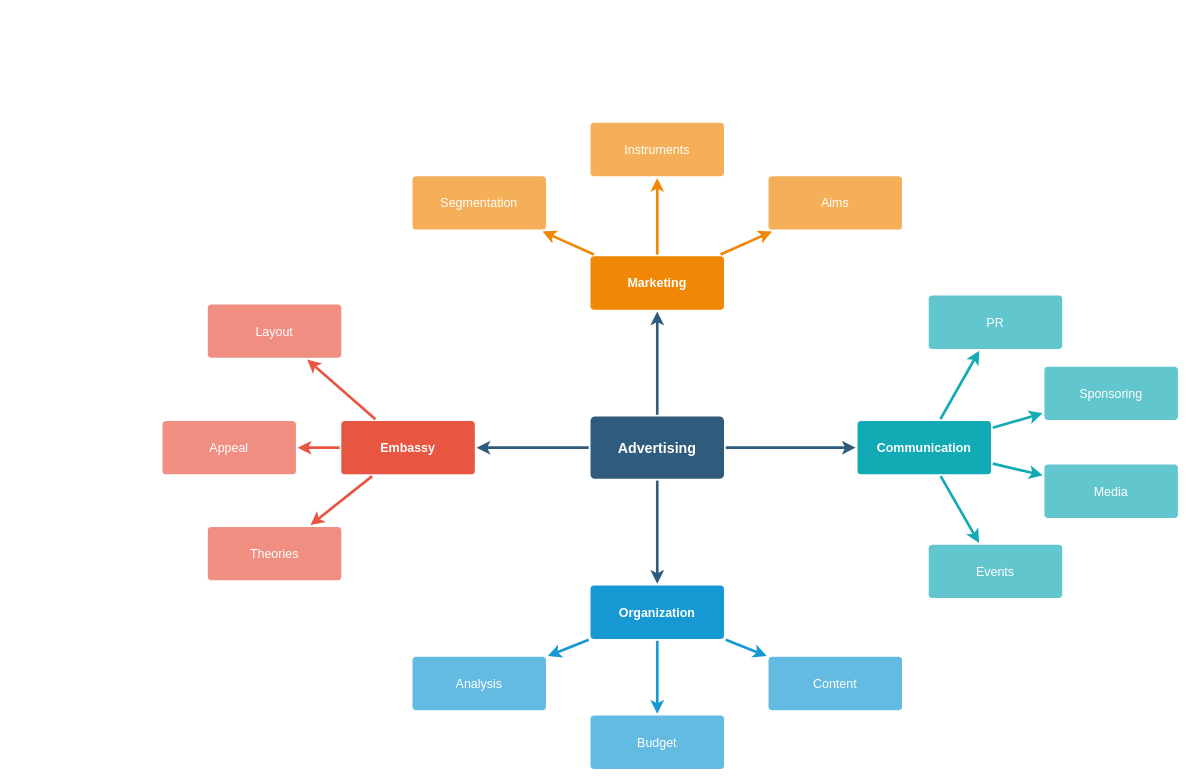
Above: Untitled Diagram.drawio in fellower/docs (draw.io), before the change. Source tidied: cells renumbered, new cells numbered last; positions are measured from the earlier drawing's top-left corner, leaving out a move shared by most shapes. Both pictures are drawn from the tidied source at 89%, with x=0, y=0 at pixel (162, 122).
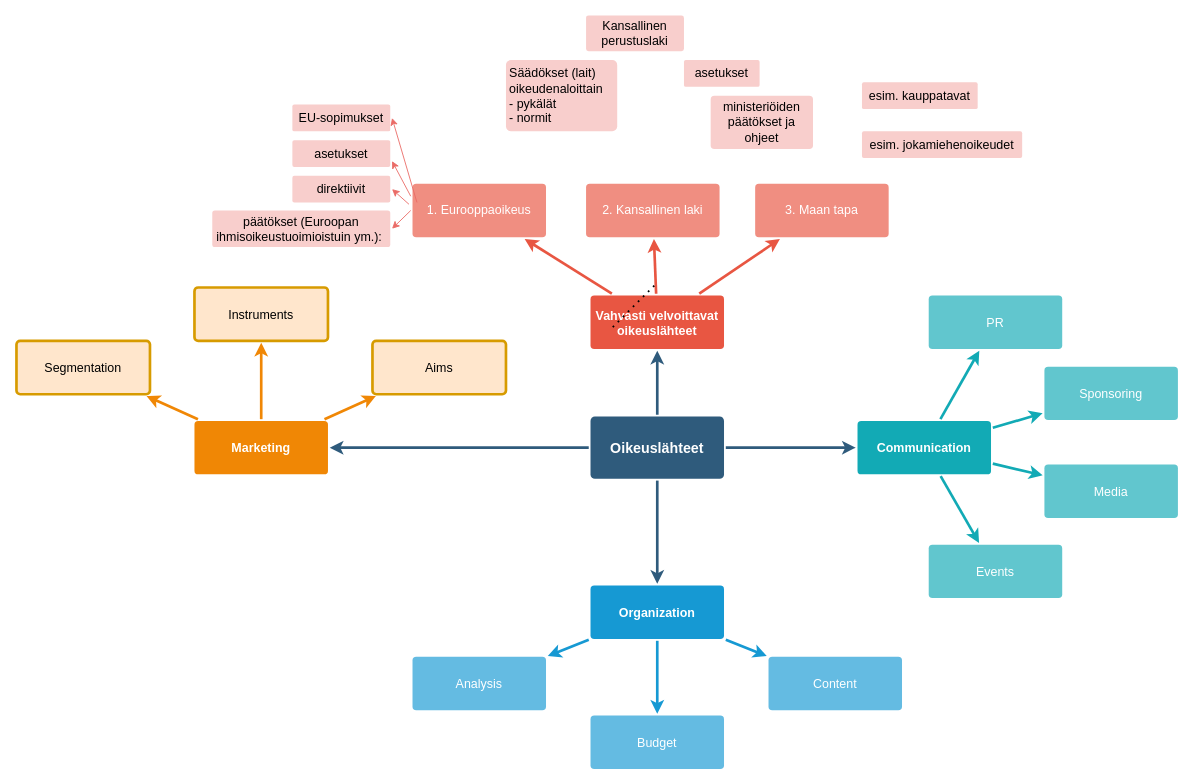
The same page after the edit.

Diff of the diagram source:
```diff
@@
-    <mxCell id="2" style="edgeStyle=none;rounded=0;jumpStyle=none;html=1;shadow=0;labelBackgroundColor=none;startArrow=none;startFill=0;endArrow=classic;endFill=1;jettySize=auto;strokeColor=#2F5B7C;strokeWidth=3;fontFamily=Helvetica;fontSize=16;fontColor=#23445D;spacing=5;" parent="1" edge="1" source="6" target="21">
+    <mxCell id="2" style="edgeStyle=none;rounded=0;jumpStyle=none;html=1;shadow=0;labelBackgroundColor=none;startArrow=none;startFill=0;endArrow=classic;endFill=1;jettySize=auto;strokeColor=#2F5B7C;strokeWidth=3;fontFamily=Helvetica;fontSize=16;fontColor=#23445D;spacing=5;entryX=1;entryY=0.5;entryDx=0;entryDy=0;" parent="1" edge="1" source="6" target="21">
       <mxGeometry relative="1" as="geometry" />
     </mxCell>
@@
-    <mxCell id="6" value="Advertising" style="rounded=1;whiteSpace=wrap;html=1;shadow=0;labelBackgroundColor=none;strokeColor=none;strokeWidth=3;fillColor=#2F5B7C;fontFamily=Helvetica;fontSize=16;fontColor=#FFFFFF;align=center;fontStyle=1;spacing=5;arcSize=7;perimeterSpacing=2;" parent="1" vertex="1">
+    <mxCell id="6" value="Oikeuslähteet" style="rounded=1;whiteSpace=wrap;html=1;shadow=0;labelBackgroundColor=none;strokeColor=none;strokeWidth=3;fillColor=#2F5B7C;fontFamily=Helvetica;fontSize=16;fontColor=#FFFFFF;align=center;fontStyle=1;spacing=5;arcSize=7;perimeterSpacing=2;" parent="1" vertex="1">
       <mxGeometry x="481" y="330.5" width="150" height="70" as="geometry" />
     </mxCell>
@@
-    <mxCell id="10" value="Embassy" style="rounded=1;whiteSpace=wrap;html=1;shadow=0;labelBackgroundColor=none;strokeColor=none;strokeWidth=3;fillColor=#e85642;fontFamily=Helvetica;fontSize=14;fontColor=#FFFFFF;align=center;spacing=5;fontStyle=1;arcSize=7;perimeterSpacing=2;" parent="1" vertex="1">
-      <mxGeometry x="201" y="335.5" width="150" height="60" as="geometry" />
+    <mxCell id="10" value="Vahvasti velvoittavat oikeuslähteet" style="rounded=1;whiteSpace=wrap;html=1;shadow=0;labelBackgroundColor=none;strokeColor=none;strokeWidth=3;fillColor=#e85642;fontFamily=Helvetica;fontSize=14;fontColor=#FFFFFF;align=center;spacing=5;fontStyle=1;arcSize=7;perimeterSpacing=2;" parent="1" vertex="1">
+      <mxGeometry x="481" y="194.5" width="150" height="60" as="geometry" />
     </mxCell>
-    <mxCell id="11" value="Theories" style="rounded=1;whiteSpace=wrap;html=1;shadow=0;labelBackgroundColor=none;strokeColor=none;strokeWidth=3;fillColor=#f08e81;fontFamily=Helvetica;fontSize=14;fontColor=#FFFFFF;align=center;spacing=5;fontStyle=0;arcSize=7;perimeterSpacing=2;" parent="1" vertex="1">
-      <mxGeometry x="51" y="454.5" width="150" height="60" as="geometry" />
+    <mxCell id="11" value="1. Eurooppaoikeus" style="rounded=1;whiteSpace=wrap;html=1;shadow=0;labelBackgroundColor=none;strokeColor=none;strokeWidth=3;fillColor=#f08e81;fontFamily=Helvetica;fontSize=14;fontColor=#FFFFFF;align=center;spacing=5;fontStyle=0;arcSize=7;perimeterSpacing=2;" parent="1" vertex="1">
+      <mxGeometry x="281" y="69" width="150" height="60" as="geometry" />
     </mxCell>
-    <mxCell id="12" value="Appeal" style="rounded=1;whiteSpace=wrap;html=1;shadow=0;labelBackgroundColor=none;strokeColor=none;strokeWidth=3;fillColor=#f08e81;fontFamily=Helvetica;fontSize=14;fontColor=#FFFFFF;align=center;spacing=5;fontStyle=0;arcSize=7;perimeterSpacing=2;" parent="1" vertex="1">
-      <mxGeometry y="335.5" width="150" height="60" as="geometry" />
+    <mxCell id="12" value="2. Kansallinen laki" style="rounded=1;whiteSpace=wrap;html=1;shadow=0;labelBackgroundColor=none;strokeColor=none;strokeWidth=3;fillColor=#f08e81;fontFamily=Helvetica;fontSize=14;fontColor=#FFFFFF;align=center;spacing=5;fontStyle=0;arcSize=7;perimeterSpacing=2;" parent="1" vertex="1">
+      <mxGeometry x="476" y="69" width="150" height="60" as="geometry" />
     </mxCell>
-    <mxCell id="13" value="Layout" style="rounded=1;whiteSpace=wrap;html=1;shadow=0;labelBackgroundColor=none;strokeColor=none;strokeWidth=3;fillColor=#f08e81;fontFamily=Helvetica;fontSize=14;fontColor=#FFFFFF;align=center;spacing=5;fontStyle=0;arcSize=7;perimeterSpacing=2;" parent="1" vertex="1">
-      <mxGeometry x="51" y="204.5" width="150" height="60" as="geometry" />
+    <mxCell id="13" value="3. Maan tapa" style="rounded=1;whiteSpace=wrap;html=1;shadow=0;labelBackgroundColor=none;strokeColor=none;strokeWidth=3;fillColor=#f08e81;fontFamily=Helvetica;fontSize=14;fontColor=#FFFFFF;align=center;spacing=5;fontStyle=0;arcSize=7;perimeterSpacing=2;" parent="1" vertex="1">
+      <mxGeometry x="666" y="69" width="150" height="60" as="geometry" />
     </mxCell>
@@
     <mxCell id="21" value="Marketing" style="rounded=1;whiteSpace=wrap;html=1;shadow=0;labelBackgroundColor=none;strokeColor=none;strokeWidth=3;fillColor=#F08705;fontFamily=Helvetica;fontSize=14;fontColor=#FFFFFF;align=center;spacing=5;fontStyle=1;arcSize=7;perimeterSpacing=2;" parent="1" vertex="1">
-      <mxGeometry x="481" y="150.5" width="150" height="60" as="geometry" />
+      <mxGeometry x="36" y="335.5" width="150" height="60" as="geometry" />
     </mxCell>
-    <mxCell id="22" value="Aims&lt;br&gt;" style="rounded=1;whiteSpace=wrap;html=1;shadow=0;labelBackgroundColor=none;strokeColor=none;strokeWidth=3;fillColor=#f5af58;fontFamily=Helvetica;fontSize=14;fontColor=#FFFFFF;align=center;spacing=5;arcSize=7;perimeterSpacing=2;" parent="1" vertex="1">
-      <mxGeometry x="681" y="60.5" width="150" height="60" as="geometry" />
+    <mxCell id="22" value="Aims&lt;br&gt;" style="rounded=1;whiteSpace=wrap;html=1;shadow=0;labelBackgroundColor=none;strokeColor=#d79b00;strokeWidth=3;fillColor=#ffe6cc;fontFamily=Helvetica;fontSize=14;align=center;spacing=5;arcSize=7;perimeterSpacing=2;" parent="1" vertex="1">
+      <mxGeometry x="236" y="245.5" width="150" height="60" as="geometry" />
     </mxCell>
@@
-    <mxCell id="24" value="Instruments" style="rounded=1;whiteSpace=wrap;html=1;shadow=0;labelBackgroundColor=none;strokeColor=none;strokeWidth=3;fillColor=#f5af58;fontFamily=Helvetica;fontSize=14;fontColor=#FFFFFF;align=center;spacing=5;arcSize=7;perimeterSpacing=2;" parent="1" vertex="1">
-      <mxGeometry x="481" y="0.5" width="150" height="60" as="geometry" />
+    <mxCell id="24" value="Instruments" style="rounded=1;whiteSpace=wrap;html=1;shadow=0;labelBackgroundColor=none;strokeColor=#d79b00;strokeWidth=3;fillColor=#ffe6cc;fontFamily=Helvetica;fontSize=14;align=center;spacing=5;arcSize=7;perimeterSpacing=2;" parent="1" vertex="1">
+      <mxGeometry x="36" y="185.5" width="150" height="60" as="geometry" />
     </mxCell>
@@
-    <mxCell id="26" value="Segmentation" style="rounded=1;whiteSpace=wrap;html=1;shadow=0;labelBackgroundColor=none;strokeColor=none;strokeWidth=3;fillColor=#f5af58;fontFamily=Helvetica;fontSize=14;fontColor=#FFFFFF;align=center;spacing=5;arcSize=7;perimeterSpacing=2;" parent="1" vertex="1">
-      <mxGeometry x="281" y="60.5" width="150" height="60" as="geometry" />
+    <mxCell id="26" value="Segmentation" style="rounded=1;whiteSpace=wrap;html=1;shadow=0;labelBackgroundColor=none;strokeColor=#d79b00;strokeWidth=3;fillColor=#ffe6cc;fontFamily=Helvetica;fontSize=14;align=center;spacing=5;arcSize=7;perimeterSpacing=2;" parent="1" vertex="1">
+      <mxGeometry x="-164" y="245.5" width="150" height="60" as="geometry" />
     </mxCell>
@@
+    <mxCell id="37" value="EU-sopimukset" style="rounded=1;whiteSpace=wrap;html=1;shadow=0;labelBackgroundColor=none;strokeColor=none;strokeWidth=3;fontFamily=Helvetica;fontSize=14;align=center;spacing=5;fontStyle=0;arcSize=7;perimeterSpacing=2;fillColor=#F8CECC;" parent="1" vertex="1">
+      <mxGeometry x="146" y="-20" width="110" height="30" as="geometry" />
+    </mxCell>
+    <mxCell id="38" value="asetukset" style="rounded=1;whiteSpace=wrap;html=1;shadow=0;labelBackgroundColor=none;strokeColor=none;strokeWidth=3;fontFamily=Helvetica;fontSize=14;align=center;spacing=5;fontStyle=0;arcSize=7;perimeterSpacing=2;fillColor=#F8CECC;" parent="1" vertex="1">
+      <mxGeometry x="146" y="20" width="110" height="30" as="geometry" />
+    </mxCell>
+    <mxCell id="39" value="direktiivit" style="rounded=1;whiteSpace=wrap;html=1;shadow=0;labelBackgroundColor=none;strokeColor=none;strokeWidth=3;fontFamily=Helvetica;fontSize=14;align=center;spacing=5;fontStyle=0;arcSize=7;perimeterSpacing=2;fillColor=#F8CECC;" parent="1" vertex="1">
+      <mxGeometry x="146" y="60" width="110" height="30" as="geometry" />
+    </mxCell>
+    <mxCell id="40" value="päätökset (Euroopan ihmisoikeustuoimioistuin ym.):&amp;nbsp;" style="rounded=1;whiteSpace=wrap;html=1;shadow=0;labelBackgroundColor=none;strokeColor=none;strokeWidth=3;fontFamily=Helvetica;fontSize=14;align=center;spacing=5;fontStyle=0;arcSize=7;perimeterSpacing=2;fillColor=#F8CECC;" parent="1" vertex="1">
+      <mxGeometry x="56" y="99" width="200" height="41" as="geometry" />
+    </mxCell>
+    <mxCell id="41" style="endArrow=none;dashed=1;html=1;dashPattern=1 3;strokeWidth=2;fontColor=#000000;" parent="1" edge="1">
+      <mxGeometry relative="1" as="geometry">
+        <mxPoint x="506" y="230" as="sourcePoint" />
+        <mxPoint x="556" y="180" as="targetPoint" />
+      </mxGeometry>
+    </mxCell>
+    <mxCell id="42" style="endArrow=classic;html=1;fontColor=#000000;exitX=0;exitY=0.5;exitDx=0;exitDy=0;entryX=1;entryY=0.5;entryDx=0;entryDy=0;strokeColor=#EA6B66;" parent="1" edge="1" source="11" target="40">
+      <mxGeometry relative="1" as="geometry" />
+    </mxCell>
+    <mxCell id="43" style="endArrow=classic;html=1;fontColor=#000000;exitX=-0.013;exitY=0.391;exitDx=0;exitDy=0;entryX=1;entryY=0.5;entryDx=0;entryDy=0;strokeColor=#EA6B66;exitPerimeter=0;" parent="1" edge="1" source="11" target="39">
+      <mxGeometry relative="1" as="geometry" />
+    </mxCell>
+    <mxCell id="44" style="endArrow=classic;html=1;fontColor=#000000;exitX=0;exitY=0.25;exitDx=0;exitDy=0;entryX=1;entryY=0.75;entryDx=0;entryDy=0;strokeColor=#EA6B66;" parent="1" edge="1" source="11" target="38">
+      <mxGeometry relative="1" as="geometry" />
+    </mxCell>
+    <mxCell id="45" style="endArrow=classic;html=1;fontColor=#000000;entryX=1;entryY=0.5;entryDx=0;entryDy=0;strokeColor=#EA6B66;" parent="1" edge="1" target="37">
+      <mxGeometry relative="1" as="geometry">
+        <mxPoint x="286" y="90" as="sourcePoint" />
+      </mxGeometry>
+    </mxCell>
+    <mxCell id="46" value="Kansallinen perustuslaki" style="rounded=1;whiteSpace=wrap;html=1;shadow=0;labelBackgroundColor=none;strokeColor=none;strokeWidth=3;fontFamily=Helvetica;fontSize=14;align=center;spacing=5;fontStyle=0;arcSize=7;perimeterSpacing=2;fillColor=#F8CECC;" parent="1" vertex="1">
+      <mxGeometry x="476" y="-120" width="110" height="40" as="geometry" />
+    </mxCell>
+    <mxCell id="47" value="&lt;div style=&quot;text-align: left&quot;&gt;&lt;span&gt;Säädökset (lait) oikeudenaloittain&lt;/span&gt;&lt;/div&gt;&lt;div style=&quot;text-align: left&quot;&gt;&lt;span&gt;- pykälät&lt;/span&gt;&lt;/div&gt;&lt;div style=&quot;text-align: left&quot;&gt;&lt;span&gt;- normit&lt;/span&gt;&lt;/div&gt;" style="rounded=1;whiteSpace=wrap;html=1;shadow=0;labelBackgroundColor=none;strokeColor=none;strokeWidth=3;fontFamily=Helvetica;fontSize=14;align=center;spacing=5;fontStyle=0;arcSize=7;perimeterSpacing=2;fillColor=#F8CECC;" parent="1" vertex="1">
+      <mxGeometry x="386" y="-70" width="125" height="80" as="geometry" />
+    </mxCell>
+    <mxCell id="48" value="&lt;div style=&quot;text-align: left&quot;&gt;&lt;span&gt;asetukset&lt;/span&gt;&lt;/div&gt;" style="rounded=1;whiteSpace=wrap;html=1;shadow=0;labelBackgroundColor=none;strokeColor=none;strokeWidth=3;fontFamily=Helvetica;fontSize=14;align=center;spacing=5;fontStyle=0;arcSize=7;perimeterSpacing=2;fillColor=#F8CECC;" parent="1" vertex="1">
+      <mxGeometry x="586" y="-70" width="85" height="30" as="geometry" />
+    </mxCell>
+    <mxCell id="49" value="&lt;div style=&quot;&quot;&gt;&lt;span&gt;ministeriöiden päätökset ja ohjeet&lt;/span&gt;&lt;/div&gt;" style="rounded=1;whiteSpace=wrap;html=1;shadow=0;labelBackgroundColor=none;strokeColor=none;strokeWidth=3;fontFamily=Helvetica;fontSize=14;align=center;spacing=5;fontStyle=0;arcSize=7;perimeterSpacing=2;fillColor=#F8CECC;" parent="1" vertex="1">
+      <mxGeometry x="616" y="-30" width="115" height="60" as="geometry" />
+    </mxCell>
+    <mxCell id="50" value="&lt;div style=&quot;text-align: left&quot;&gt;&lt;span&gt;esim. kauppatavat&lt;/span&gt;&lt;/div&gt;" style="rounded=1;whiteSpace=wrap;html=1;shadow=0;labelBackgroundColor=none;strokeColor=none;strokeWidth=3;fontFamily=Helvetica;fontSize=14;align=center;spacing=5;fontStyle=0;arcSize=7;perimeterSpacing=2;fillColor=#F8CECC;" parent="1" vertex="1">
+      <mxGeometry x="786" y="-45" width="130" height="30" as="geometry" />
+    </mxCell>
+    <mxCell id="51" value="&lt;div style=&quot;text-align: left&quot;&gt;&lt;span&gt;esim. jokamiehenoikeudet&lt;/span&gt;&lt;/div&gt;" style="rounded=1;whiteSpace=wrap;html=1;shadow=0;labelBackgroundColor=none;strokeColor=none;strokeWidth=3;fontFamily=Helvetica;fontSize=14;align=center;spacing=5;fontStyle=0;arcSize=7;perimeterSpacing=2;fillColor=#F8CECC;" parent="1" vertex="1">
+      <mxGeometry x="786" y="10" width="180" height="30" as="geometry" />
+    </mxCell>
```
